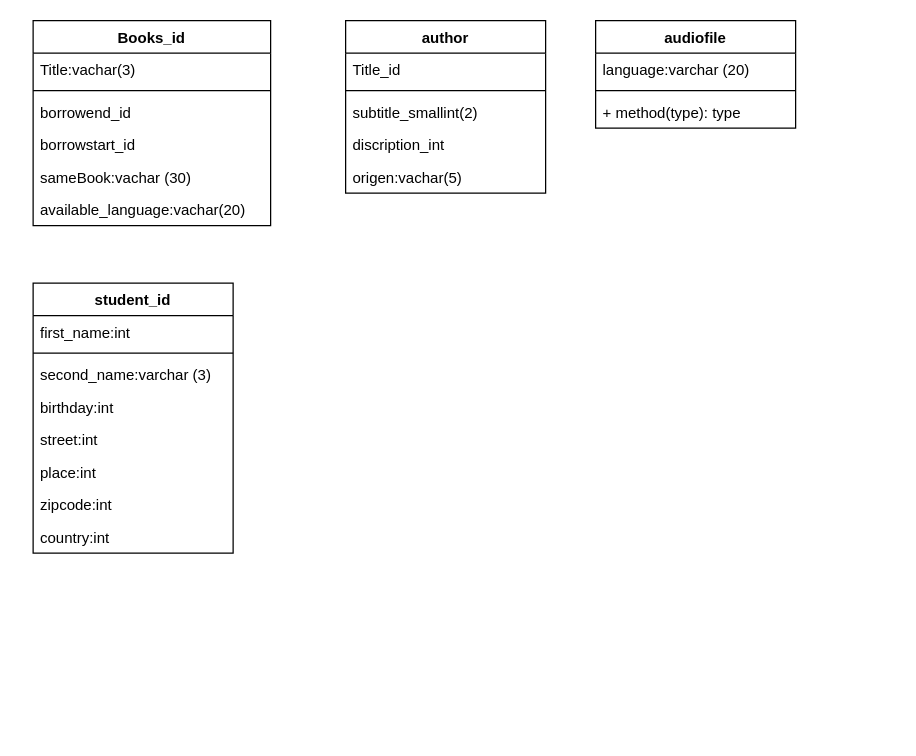
Earlier version of the draw.io diagram page "HouseLibrary MDG UML" (2 of 2) of Michael/HouseLibrary.drawio (MichaelGarrigosa/backenddayone). Source tidied: cells renumbered, new cells numbered last; positions are measured from the earlier drawing's top-left corner, leaving out a move shared by most shapes. Both pictures are drawn from the tidied source at 125%, with x=0, y=0 at pixel (32, 20).
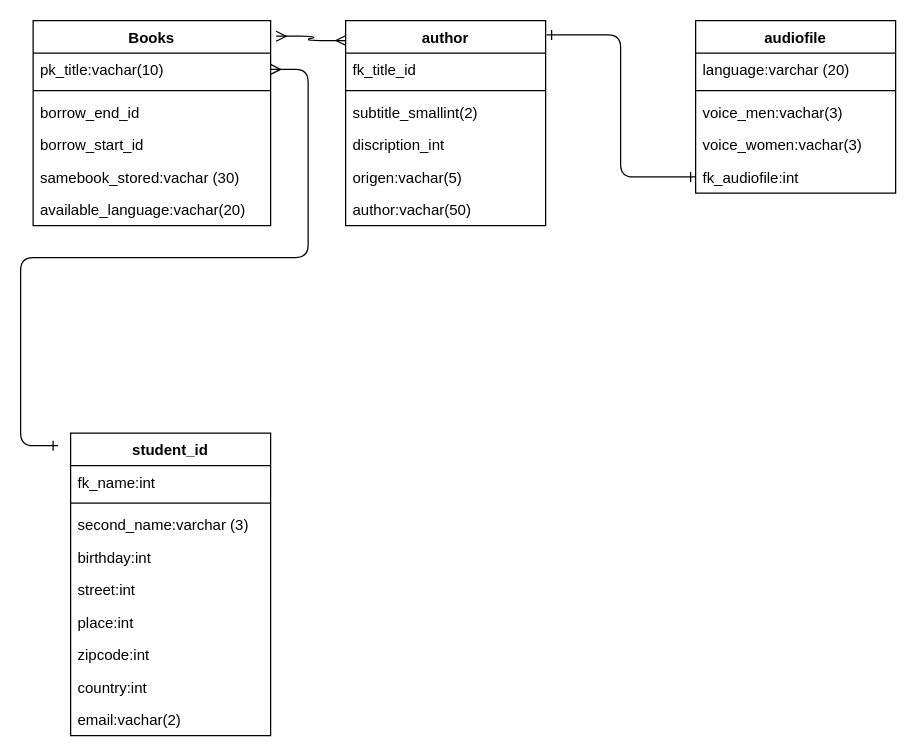
After the change.

The edit, as a diff of the source:
```diff
@@
+    <mxCell id="28" style="edgeStyle=entityRelationEdgeStyle;html=1;entryX=0.002;entryY=0.097;entryDx=0;entryDy=0;entryPerimeter=0;endArrow=ERmany;endFill=0;elbow=vertical;exitX=1.023;exitY=0.076;exitDx=0;exitDy=0;startArrow=ERmany;startFill=0;exitPerimeter=0;" parent="1" edge="1" source="2" target="9">
+      <mxGeometry relative="1" as="geometry" />
+    </mxCell>
-    <mxCell id="2" value="Books_id" style="swimlane;fontStyle=1;align=center;verticalAlign=top;horizontal=1;startSize=26;" parent="1" vertex="1">
+    <mxCell id="2" value="Books" style="swimlane;fontStyle=1;align=center;verticalAlign=top;horizontal=1;startSize=26;rounded=0;" parent="1" vertex="1">
       <mxGeometry width="190" height="164" as="geometry" />
     </mxCell>
-    <mxCell id="3" value="Title:vachar(3)" style="text;strokeColor=none;fillColor=none;align=left;verticalAlign=top;spacingLeft=4;spacingRight=4;overflow=hidden;points=[[0,0.5],[1,0.5]];portConstraint=eastwest;" parent="2" vertex="1">
+    <mxCell id="3" value="pk_title:vachar(10)" style="text;strokeColor=none;fillColor=none;align=left;verticalAlign=top;spacingLeft=4;spacingRight=4;overflow=hidden;points=[[0,0.5],[1,0.5]];portConstraint=eastwest;" parent="2" vertex="1">
       <mxGeometry y="26" width="190" height="26" as="geometry" />
     </mxCell>
@@
-    <mxCell id="5" value="borrowend_id" style="text;strokeColor=none;fillColor=none;align=left;verticalAlign=top;spacingLeft=4;spacingRight=4;overflow=hidden;" parent="2" vertex="1">
+    <mxCell id="5" value="borrow_end_id" style="text;strokeColor=none;fillColor=none;align=left;verticalAlign=top;spacingLeft=4;spacingRight=4;overflow=hidden;" parent="2" vertex="1">
       <mxGeometry y="60" width="190" height="26" as="geometry" />
     </mxCell>
-    <mxCell id="6" value="borrowstart_id" style="text;strokeColor=none;fillColor=none;align=left;verticalAlign=top;spacingLeft=4;spacingRight=4;overflow=hidden;" parent="2" vertex="1">
+    <mxCell id="6" value="borrow_start_id" style="text;strokeColor=none;fillColor=none;align=left;verticalAlign=top;spacingLeft=4;spacingRight=4;overflow=hidden;" parent="2" vertex="1">
       <mxGeometry y="86" width="190" height="26" as="geometry" />
     </mxCell>
-    <mxCell id="7" value="sameBook:vachar (30)" style="text;strokeColor=none;fillColor=none;align=left;verticalAlign=top;spacingLeft=4;spacingRight=4;overflow=hidden;" parent="2" vertex="1">
+    <mxCell id="7" value="samebook_stored:vachar (30)" style="text;strokeColor=none;fillColor=none;align=left;verticalAlign=top;spacingLeft=4;spacingRight=4;overflow=hidden;" parent="2" vertex="1">
       <mxGeometry y="112" width="190" height="26" as="geometry" />
     </mxCell>
@@
     <mxCell id="9" value="author" style="swimlane;fontStyle=1;align=center;verticalAlign=top;horizontal=1;startSize=26;" parent="1" vertex="1">
-      <mxGeometry x="250" width="160" height="138" as="geometry" />
+      <mxGeometry x="250" width="160" height="164" as="geometry" />
     </mxCell>
-    <mxCell id="10" value="Title_id" style="text;strokeColor=none;fillColor=none;align=left;verticalAlign=top;spacingLeft=4;spacingRight=4;overflow=hidden;" parent="9" vertex="1">
+    <mxCell id="10" value="fk_title_id" style="text;strokeColor=none;fillColor=none;align=left;verticalAlign=top;spacingLeft=4;spacingRight=4;overflow=hidden;" parent="9" vertex="1">
       <mxGeometry y="26" width="160" height="26" as="geometry" />
     </mxCell>
@@
+    <mxCell id="29" value="author:vachar(50)" style="text;strokeColor=none;fillColor=none;align=left;verticalAlign=top;spacingLeft=4;spacingRight=4;overflow=hidden;" parent="9" vertex="1">
+      <mxGeometry y="138" width="160" height="26" as="geometry" />
+    </mxCell>
     <mxCell id="15" value="audiofile" style="swimlane;fontStyle=1;align=center;verticalAlign=top;horizontal=1;startSize=26;" parent="1" vertex="1">
-      <mxGeometry x="450" width="160" height="86" as="geometry" />
+      <mxGeometry x="530" width="160" height="138" as="geometry" />
     </mxCell>
@@
-    <mxCell id="18" value="+ method(type): type" style="text;strokeColor=none;fillColor=none;align=left;verticalAlign=top;spacingLeft=4;spacingRight=4;overflow=hidden;" parent="15" vertex="1">
-      <mxGeometry y="60" width="160" height="26" as="geometry" />
-    </mxCell>
+    <mxCell id="30" value="voice_men:vachar(3)" style="text;strokeColor=none;fillColor=none;align=left;verticalAlign=top;spacingLeft=4;spacingRight=4;overflow=hidden;" parent="15" vertex="1">
+      <mxGeometry y="60" width="160" height="26" as="geometry" />
+    </mxCell>
+    <mxCell id="31" value="voice_women:vachar(3)" style="text;strokeColor=none;fillColor=none;align=left;verticalAlign=top;spacingLeft=4;spacingRight=4;overflow=hidden;" parent="15" vertex="1">
+      <mxGeometry y="86" width="160" height="26" as="geometry" />
+    </mxCell>
+    <mxCell id="32" value="fk_audiofile:int" style="text;strokeColor=none;fillColor=none;align=left;verticalAlign=top;spacingLeft=4;spacingRight=4;overflow=hidden;points=[[0,0.5],[1,0.5]];portConstraint=eastwest;" parent="15" vertex="1">
+      <mxGeometry y="112" width="160" height="26" as="geometry" />
+    </mxCell>
     <mxCell id="19" value="student_id" style="swimlane;fontStyle=1;align=center;verticalAlign=top;horizontal=1;startSize=26;" parent="1" vertex="1">
-      <mxGeometry y="210" width="160" height="216" as="geometry" />
+      <mxGeometry x="30" y="330" width="160" height="242" as="geometry" />
     </mxCell>
-    <mxCell id="20" value="first_name:int" style="text;strokeColor=none;fillColor=none;align=left;verticalAlign=top;spacingLeft=4;spacingRight=4;overflow=hidden;" parent="19" vertex="1">
+    <mxCell id="20" value="fk_name:int" style="text;strokeColor=none;fillColor=none;align=left;verticalAlign=top;spacingLeft=4;spacingRight=4;overflow=hidden;" parent="19" vertex="1">
       <mxGeometry y="26" width="160" height="26" as="geometry" />
     </mxCell>
@@
+    <mxCell id="33" value="email:vachar(2)" style="text;strokeColor=none;fillColor=none;align=left;verticalAlign=top;spacingLeft=4;spacingRight=4;overflow=hidden;" parent="19" vertex="1">
+      <mxGeometry y="216" width="160" height="26" as="geometry" />
+    </mxCell>
+    <mxCell id="34" style="edgeStyle=entityRelationEdgeStyle;html=1;endArrow=ERone;endFill=0;elbow=vertical;exitX=1;exitY=0.5;exitDx=0;exitDy=0;startArrow=ERmany;startFill=0;" parent="1" edge="1" source="3">
+      <mxGeometry relative="1" as="geometry">
+        <mxPoint x="20" y="340" as="targetPoint" />
+      </mxGeometry>
+    </mxCell>
+    <mxCell id="35" style="edgeStyle=elbowEdgeStyle;html=1;endArrow=ERone;endFill=0;entryX=1.005;entryY=0.07;entryDx=0;entryDy=0;entryPerimeter=0;startArrow=ERone;startFill=0;" parent="1" edge="1" source="32" target="9">
+      <mxGeometry relative="1" as="geometry" />
+    </mxCell>
```
